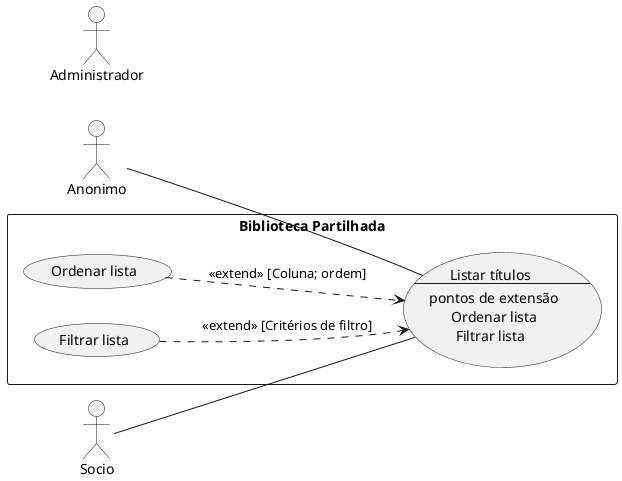
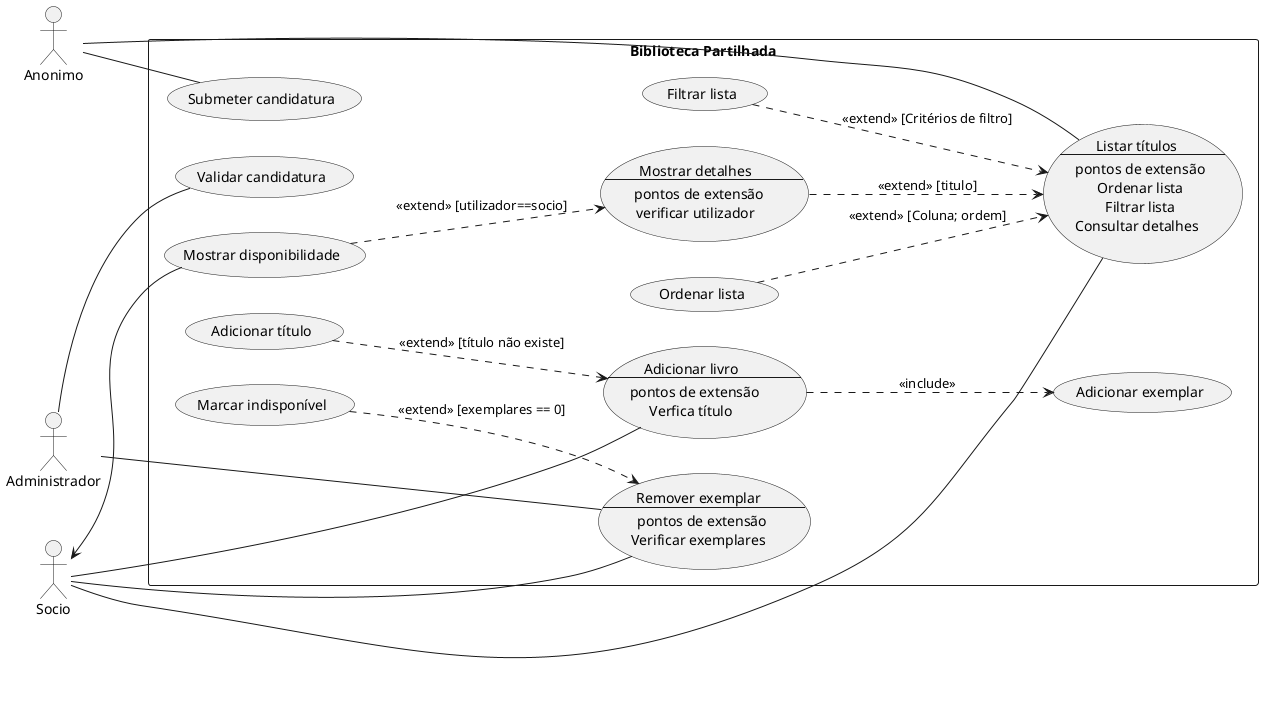
- @startuml
+ @startuml Biblioteca
left to right direction
skinparam packageStyle rectangle

actor Anonimo
actor Socio
actor Administrador

rectangle "Biblioteca Partilhada" {
  usecase UC_Listar as "Listar títulos
  --
    pontos de extensão
    Ordenar lista
-     Filtrar lista"
+     Filtrar lista
+     Consultar detalhes"

  usecase UC_Ordenar as "Ordenar lista"
  usecase UC_Filtrar as "Filtrar lista"
+   usecase UC_Consultar as "Mostrar detalhes
+   ---
+     pontos de extensão
+     verificar utilizador"
+ 
+   usecase UC_disponibilidade as "Mostrar disponibilidade"
+ 
+   usecase UC_candidatura as "Submeter candidatura"
+   usecase UC_validar as "Validar candidatura"
+ 
+   usecase UC_add_livro as "Adicionar livro
+   ---
+     pontos de extensão
+     Verfica título"
+   usecase UC_add_titulo as "Adicionar título"
+   usecase UC_add_exemplar as "Adicionar exemplar"
+ 
+   usecase UC_remover_exemplar as "Remover exemplar
+   ---
+     pontos de extensão
+     Verificar exemplares"
+ 
+   usecase UC_titulo_indisponivel as "Marcar indisponível"

}

Anonimo -- UC_Listar
+ Anonimo -- UC_candidatura
Socio -- UC_Listar
+ Socio <-- UC_disponibilidade
+ Socio -- UC_add_livro
+ Socio -- UC_remover_exemplar
+ Administrador -- UC_validar
+ Administrador -- UC_remover_exemplar

UC_Ordenar ..> UC_Listar : <<extend>> [Coluna; ordem]
UC_Filtrar ..> UC_Listar : <<extend>> [Critérios de filtro]
+ UC_Consultar ..> UC_Listar : <<extend>> [titulo]
+ 
+ UC_disponibilidade ..> UC_Consultar : <<extend>> [utilizador==socio]
+ 
+ UC_add_livro ..> UC_add_exemplar : <<include>>
+ UC_add_titulo ..> UC_add_livro : <<extend>> [título não existe]
+ 
+ UC_titulo_indisponivel ..> UC_remover_exemplar : <<extend>> [exemplares == 0]

@enduml